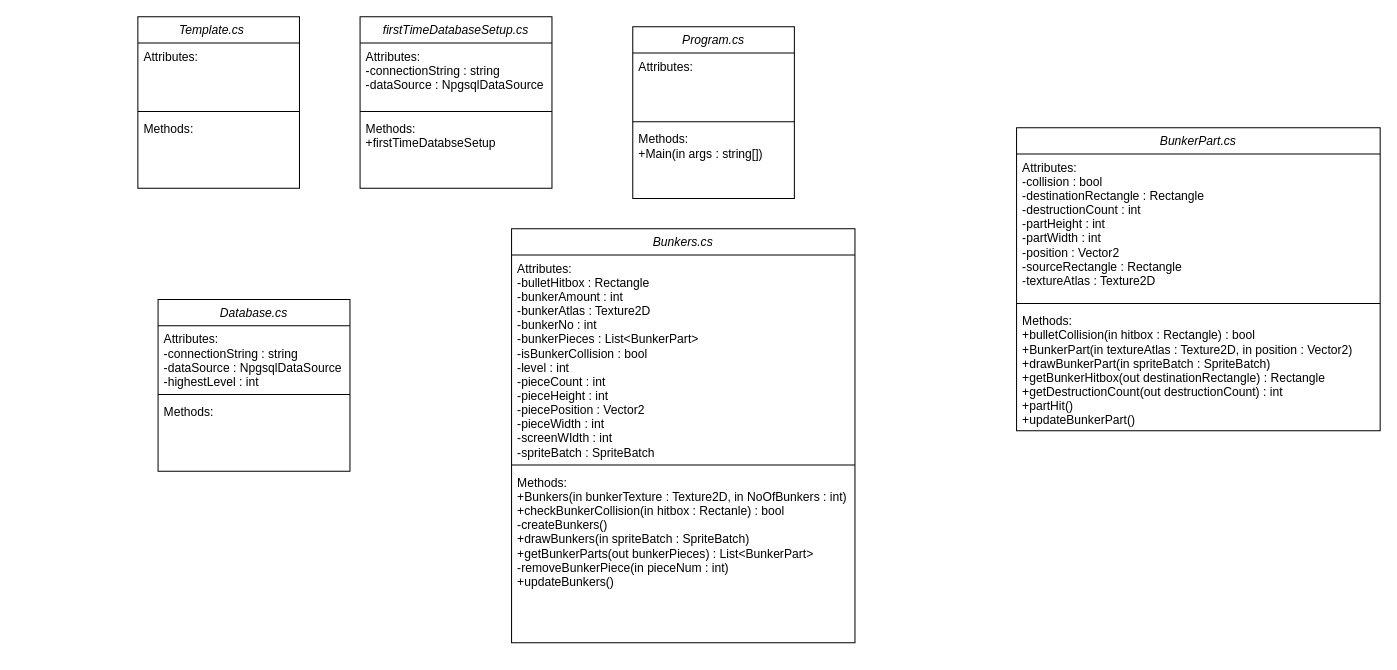
Earlier version of the draw.io diagram Diagrams/ClassDiagramFinal.drawio (Ferogreywolf7/Alien-Attack). Source tidied: cells renumbered, new cells numbered last; positions are measured from the earlier drawing's top-left corner, leaving out a move shared by most shapes. Both pictures are drawn from the tidied source at 101%, with x=0, y=0 at pixel (137, 16).
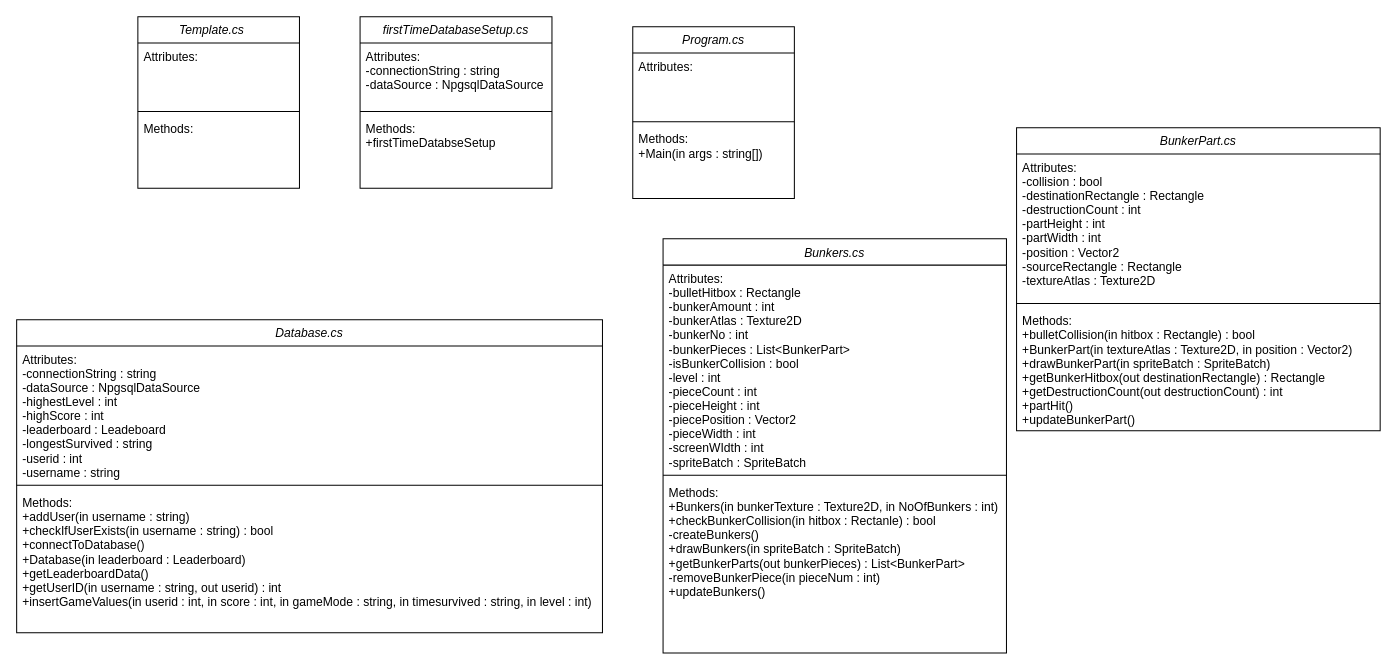
Above is the later version.

Change to the diagram source:
```diff
@@
     <mxCell id="10" value="Bunkers.cs" style="swimlane;fontStyle=2;align=center;verticalAlign=top;horizontal=1;startSize=26;rounded=0;shadow=0;strokeWidth=1;" parent="1" vertex="1">
-      <mxGeometry x="370" y="210" width="340" height="410" as="geometry" />
+      <mxGeometry x="520" y="220" width="340" height="410" as="geometry" />
     </mxCell>
@@
     <mxCell id="22" value="Database.cs" style="swimlane;fontStyle=2;align=center;verticalAlign=top;horizontal=1;startSize=26;rounded=0;shadow=0;strokeWidth=1;" parent="1" vertex="1">
-      <mxGeometry x="20" y="280" width="190" height="170" as="geometry" />
+      <mxGeometry x="-120" y="300" width="580" height="310" as="geometry" />
     </mxCell>
-    <mxCell id="23" value="Attributes:&#10;-connectionString : string&#10;-dataSource : NpgsqlDataSource&#10;-highestLevel : int" style="text;align=left;verticalAlign=top;spacingLeft=4;spacingRight=4;overflow=hidden;" parent="22" vertex="1">
-      <mxGeometry y="26" width="190" height="64" as="geometry" />
+    <mxCell id="23" value="Attributes:&#10;-connectionString : string&#10;-dataSource : NpgsqlDataSource&#10;-highestLevel : int&#10;-highScore : int&#10;-leaderboard : Leadeboard&#10;-longestSurvived : string&#10;-userid : int&#10;-username : string" style="text;align=left;verticalAlign=top;spacingLeft=4;spacingRight=4;overflow=hidden;" parent="22" vertex="1">
+      <mxGeometry y="26" width="580" height="134" as="geometry" />
     </mxCell>
     <mxCell id="24" style="line;html=1;strokeWidth=1;align=left;verticalAlign=middle;spacingTop=-1;spacingLeft=3;spacingRight=3;labelPosition=right;" parent="22" vertex="1">
-      <mxGeometry y="90" width="190" height="8" as="geometry" />
+      <mxGeometry y="160" width="580" height="8" as="geometry" />
     </mxCell>
-    <mxCell id="25" value="Methods:" style="text;align=left;verticalAlign=top;spacingLeft=4;spacingRight=4;overflow=hidden;" parent="22" vertex="1">
-      <mxGeometry y="98" width="190" height="58" as="geometry" />
+    <mxCell id="25" value="Methods:&#10;+addUser(in username : string)&#10;+checkIfUserExists(in username : string) : bool&#10;+connectToDatabase()&#10;+Database(in leaderboard : Leaderboard)&#10;+getLeaderboardData()&#10;+getUserID(in username : string, out userid) : int&#10;+insertGameValues(in userid : int, in score : int, in gameMode : string, in timesurvived : string, in level : int)" style="text;align=left;verticalAlign=top;spacingLeft=4;spacingRight=4;overflow=hidden;" parent="22" vertex="1">
+      <mxGeometry y="168" width="580" height="142" as="geometry" />
     </mxCell>
```
